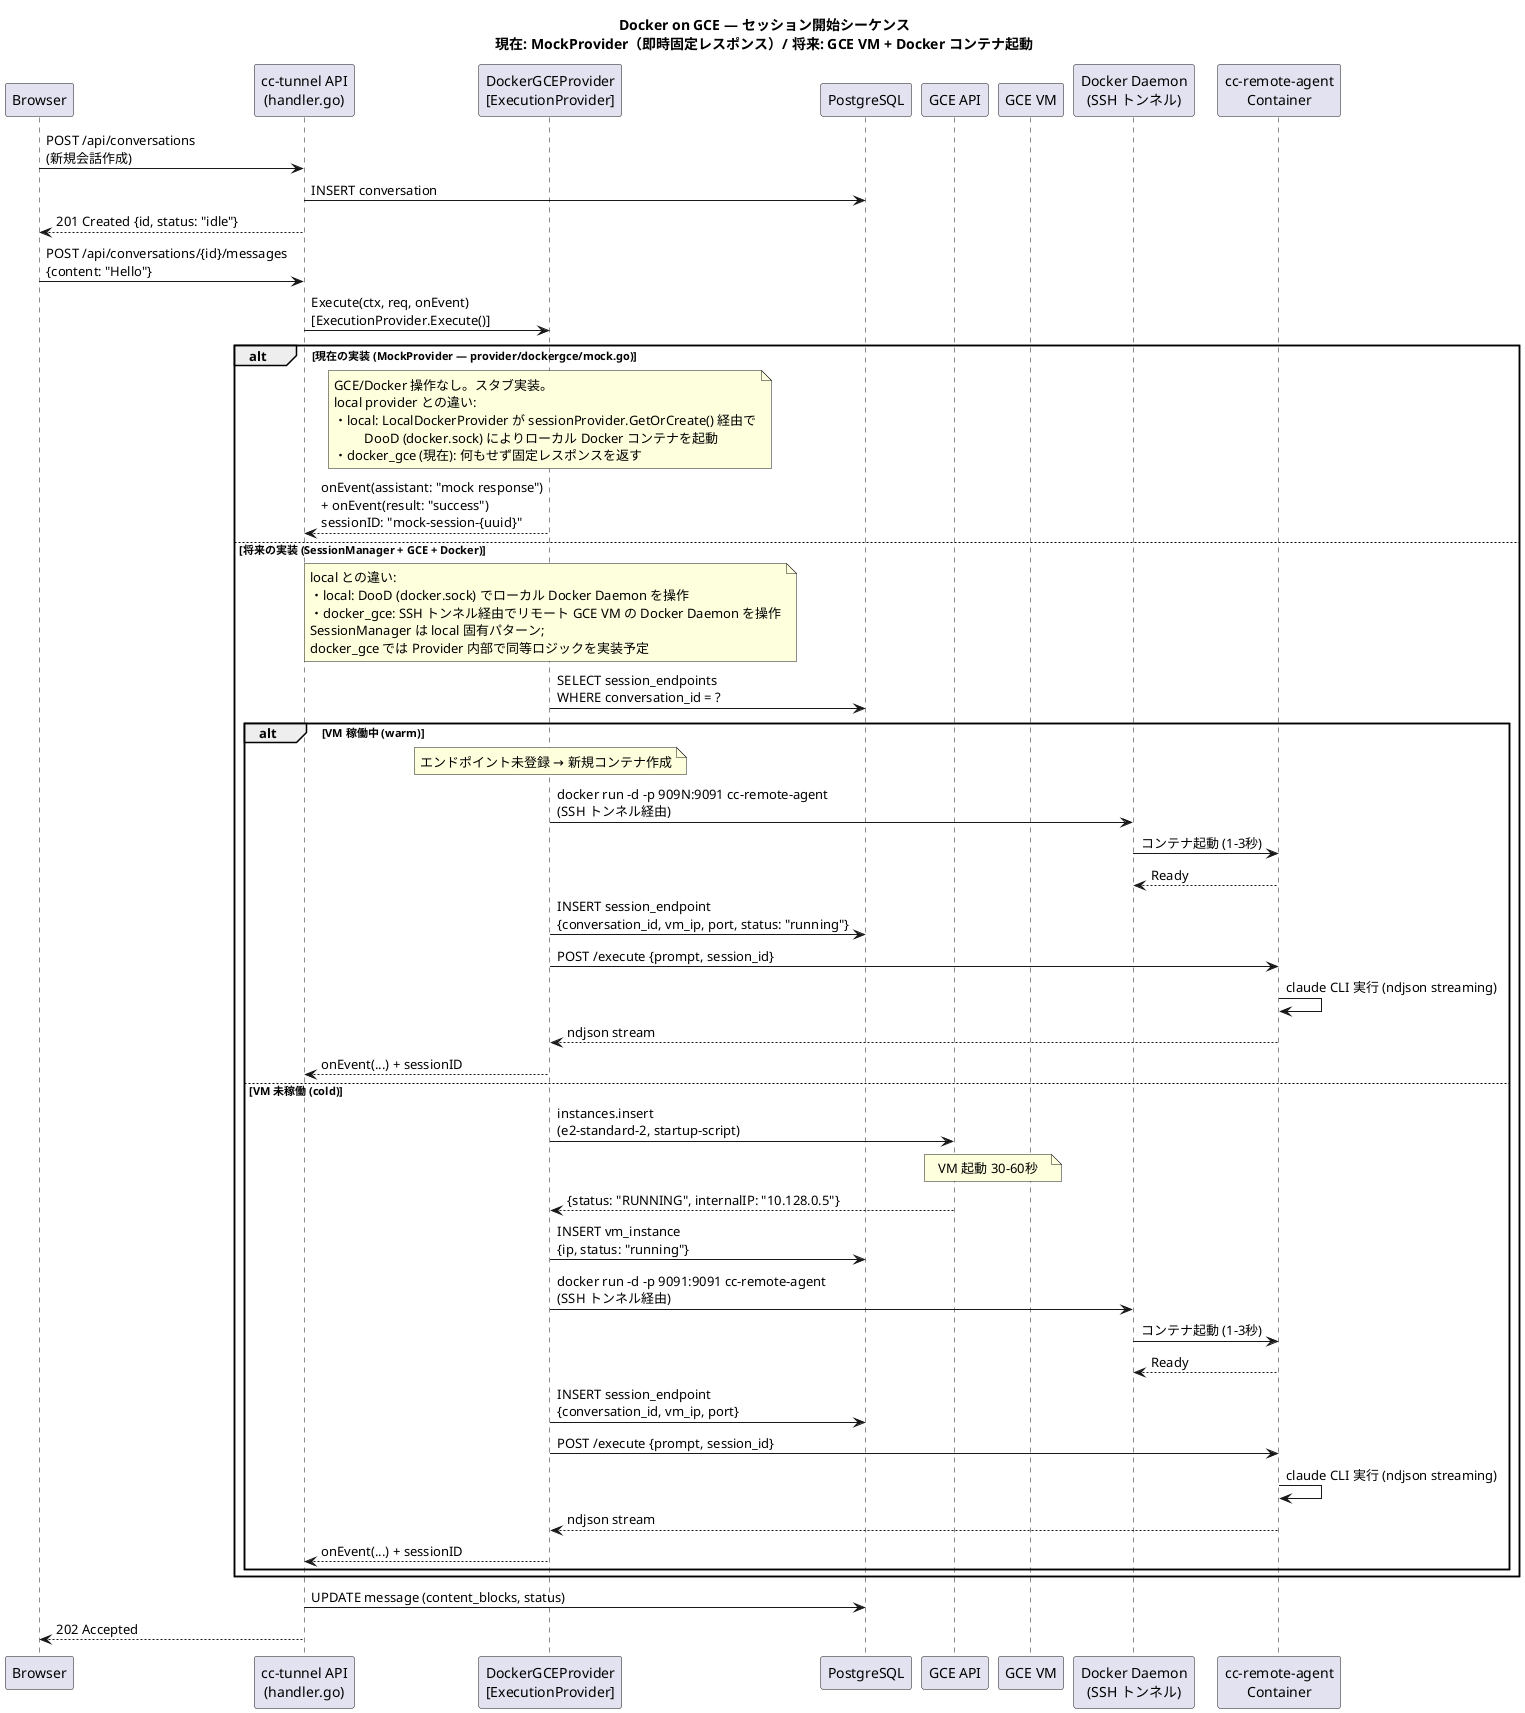
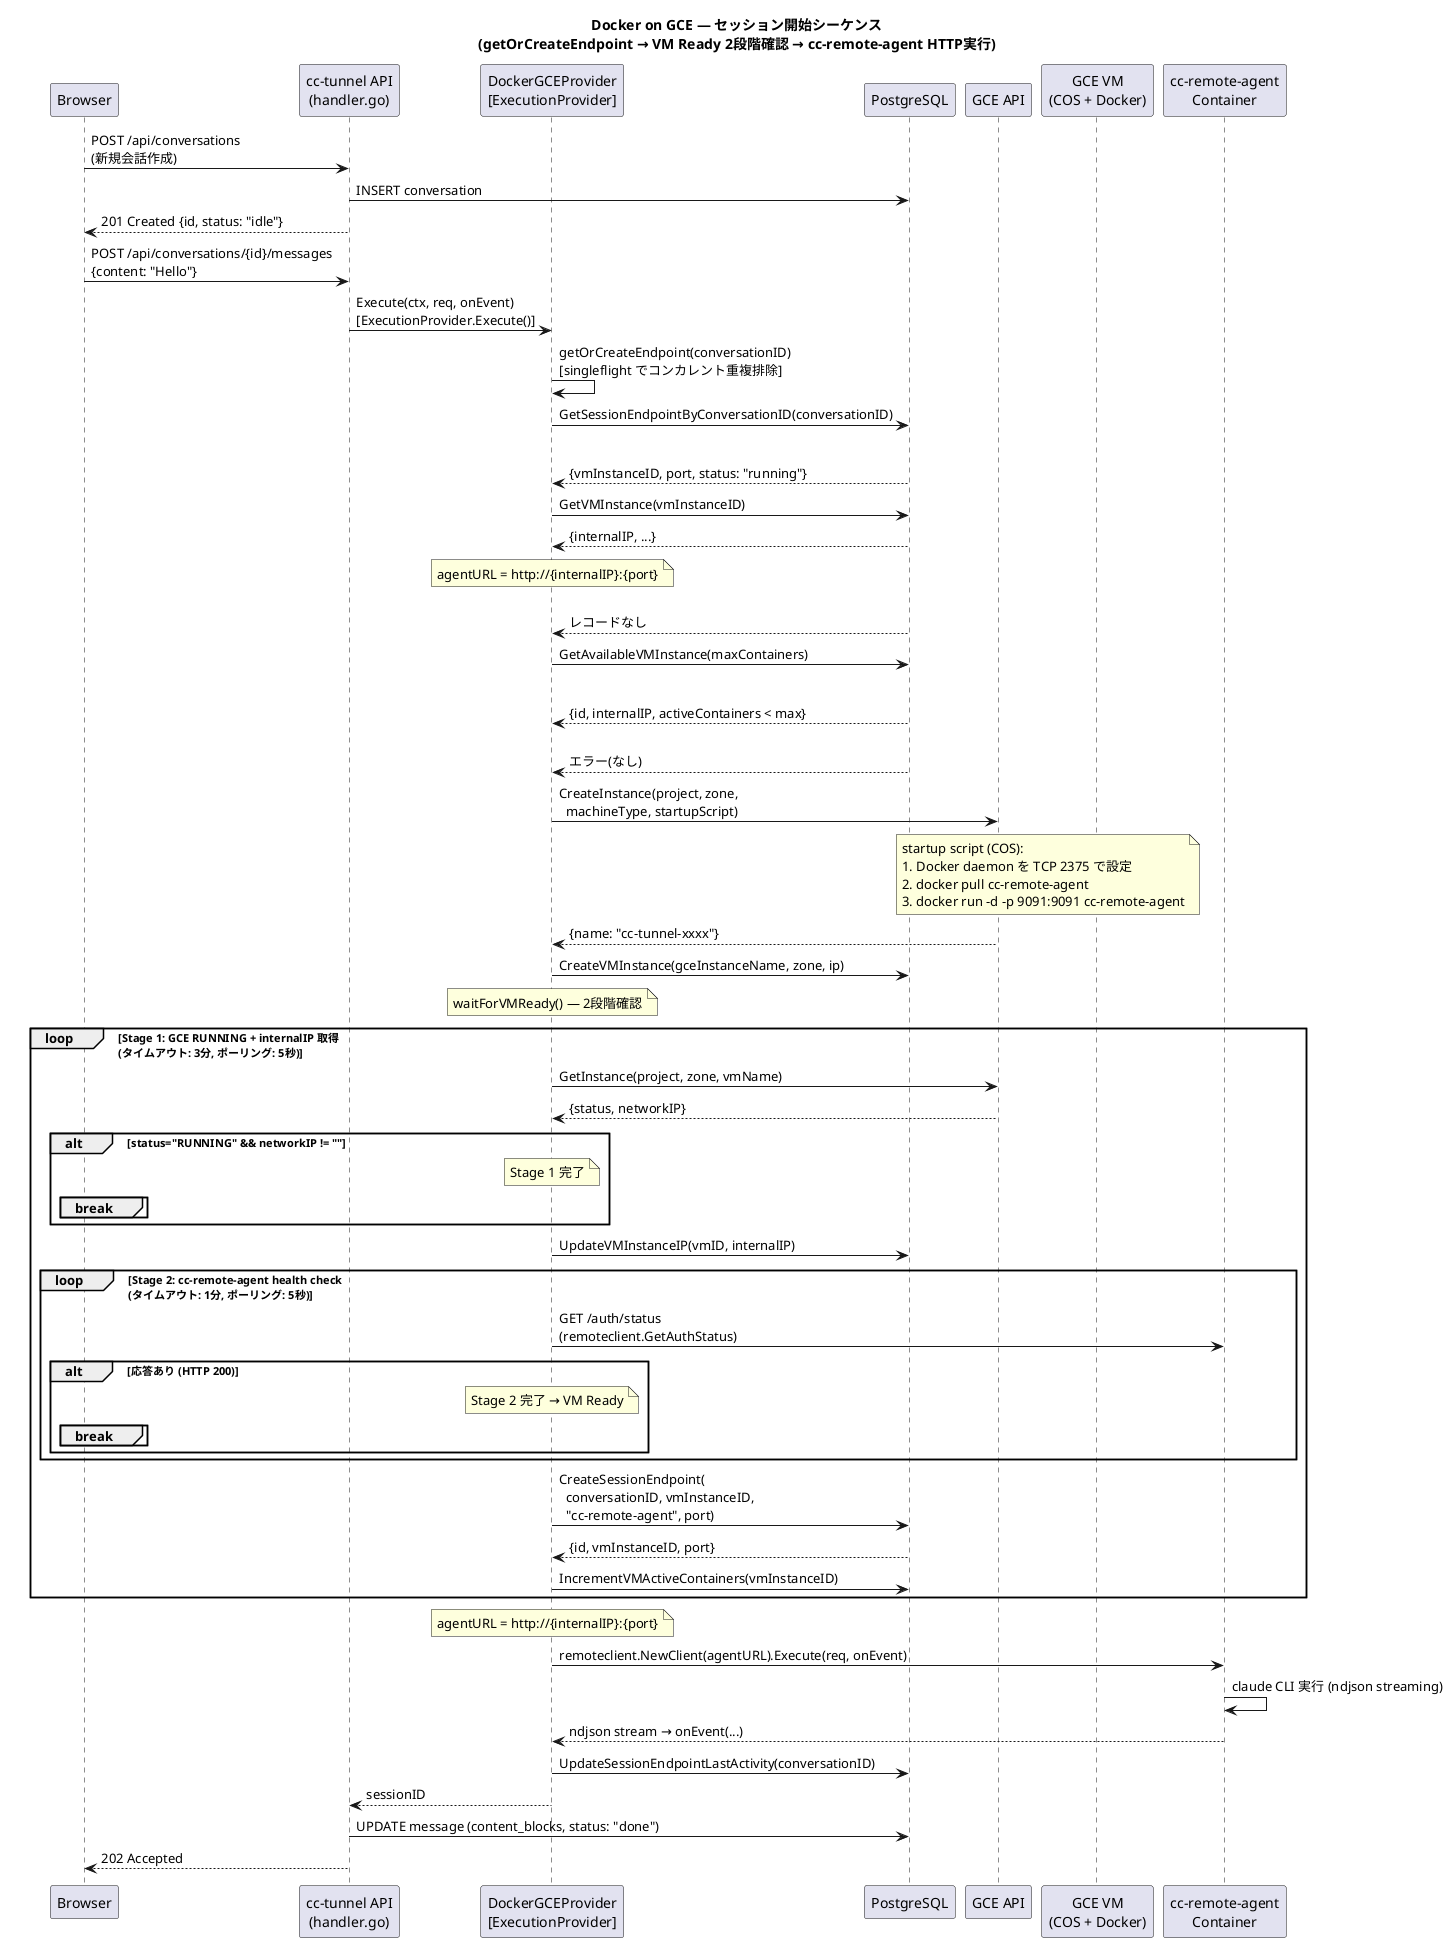
@startuml docker_gce_session_start
- ' DockerGCEProvider 経由のセッション開始シーケンス（現在: MockProvider / 将来: GCE + Docker）
- title Docker on GCE — セッション開始シーケンス\n現在: MockProvider（即時固定レスポンス）/ 将来: GCE VM + Docker コンテナ起動
+ ' DockerGCEProvider 経由のセッション開始シーケンス
+ title Docker on GCE — セッション開始シーケンス\n(getOrCreateEndpoint → VM Ready 2段階確認 → cc-remote-agent HTTP実行)

participant Browser
participant "cc-tunnel API\n(handler.go)" as CloudRun
participant "DockerGCEProvider\n[ExecutionProvider]" as Provider
participant PostgreSQL as DB
participant "GCE API" as GCEAPI
- participant "GCE VM" as VM
- participant "Docker Daemon\n(SSH トンネル)" as Docker
+ participant "GCE VM\n(COS + Docker)" as VM
participant "cc-remote-agent\nContainer" as Container

Browser -> CloudRun: POST /api/conversations\n(新規会話作成)
CloudRun -> DB: INSERT conversation
CloudRun --> Browser: 201 Created {id, status: "idle"}

Browser -> CloudRun: POST /api/conversations/{id}/messages\n{content: "Hello"}

CloudRun -> Provider: Execute(ctx, req, onEvent)\n[ExecutionProvider.Execute()]

- alt 現在の実装 (MockProvider — provider/dockergce/mock.go)
-   note over Provider
-     GCE/Docker 操作なし。スタブ実装。
-     local provider との違い:
-     ・local: LocalDockerProvider が sessionProvider.GetOrCreate() 経由で
-              DooD (docker.sock) によりローカル Docker コンテナを起動
-     ・docker_gce (現在): 何もせず固定レスポンスを返す
-   end note
-   Provider --> CloudRun: onEvent(assistant: "mock response")\n+ onEvent(result: "success")\nsessionID: "mock-session-{uuid}"
+ Provider -> Provider: getOrCreateEndpoint(conversationID)\n[singleflight でコンカレント重複排除]

- else 将来の実装 (SessionManager + GCE + Docker)
-   note over Provider
-     local との違い:
-     ・local: DooD (docker.sock) でローカル Docker Daemon を操作
-     ・docker_gce: SSH トンネル経由でリモート GCE VM の Docker Daemon を操作
-     SessionManager は local 固有パターン;
-     docker_gce では Provider 内部で同等ロジックを実装予定
-   end note
-   Provider -> DB: SELECT session_endpoints\nWHERE conversation_id = ?
+ Provider -> DB: GetSessionEndpointByConversationID(conversationID)

-   alt VM 稼働中 (warm)
-     note over Provider: エンドポイント未登録 → 新規コンテナ作成
-     Provider -> Docker: docker run -d -p 909N:9091 cc-remote-agent\n(SSH トンネル経由)
-     Docker -> Container: コンテナ起動 (1-3秒)
-     Container --> Docker: Ready
-     Provider -> DB: INSERT session_endpoint\n{conversation_id, vm_ip, port, status: "running"}
-     Provider -> Container: POST /execute {prompt, session_id}
-     Container -> Container: claude CLI 実行 (ndjson streaming)
-     Container --> Provider: ndjson stream
-     Provider --> CloudRun: onEvent(...) + sessionID
+ alt エンドポイントあり (warm path)
+   DB --> Provider: {vmInstanceID, port, status: "running"}
+   Provider -> DB: GetVMInstance(vmInstanceID)
+   DB --> Provider: {internalIP, ...}
+   note over Provider: agentURL = http://{internalIP}:{port}

-   else VM 未稼働 (cold)
-     Provider -> GCEAPI: instances.insert\n(e2-standard-2, startup-script)
-     note over GCEAPI,VM: VM 起動 30-60秒
-     GCEAPI --> Provider: {status: "RUNNING", internalIP: "10.128.0.5"}
-     Provider -> DB: INSERT vm_instance\n{ip, status: "running"}
-     Provider -> Docker: docker run -d -p 9091:9091 cc-remote-agent\n(SSH トンネル経由)
-     Docker -> Container: コンテナ起動 (1-3秒)
-     Container --> Docker: Ready
-     Provider -> DB: INSERT session_endpoint\n{conversation_id, vm_ip, port}
-     Provider -> Container: POST /execute {prompt, session_id}
-     Container -> Container: claude CLI 実行 (ndjson streaming)
-     Container --> Provider: ndjson stream
-     Provider --> CloudRun: onEvent(...) + sessionID
+ else エンドポイントなし (cold path)
+   DB --> Provider: レコードなし
+ 
+   Provider -> DB: GetAvailableVMInstance(maxContainers)
+ 
+   alt 利用可能 VM あり (warm VM)
+     DB --> Provider: {id, internalIP, activeContainers < max}
+ 
+   else VM なし → 新規 VM 作成
+     DB --> Provider: エラー(なし)
+     Provider -> GCEAPI: CreateInstance(project, zone,\n  machineType, startupScript)
+     note over GCEAPI,VM
+       startup script (COS):
+       1. Docker daemon を TCP 2375 で設定
+       2. docker pull cc-remote-agent
+       3. docker run -d -p 9091:9091 cc-remote-agent
+     end note
+     GCEAPI --> Provider: {name: "cc-tunnel-xxxx"}
+     Provider -> DB: CreateVMInstance(gceInstanceName, zone, ip)
+ 
+     note over Provider: waitForVMReady() — 2段階確認
+ 
+     loop Stage 1: GCE RUNNING + internalIP 取得\n(タイムアウト: 3分, ポーリング: 5秒)
+       Provider -> GCEAPI: GetInstance(project, zone, vmName)
+       GCEAPI --> Provider: {status, networkIP}
+       alt status="RUNNING" && networkIP != ""
+         note over Provider: Stage 1 完了
+         break
+       end
+     end
+ 
+     Provider -> DB: UpdateVMInstanceIP(vmID, internalIP)
+ 
+     loop Stage 2: cc-remote-agent health check\n(タイムアウト: 1分, ポーリング: 5秒)
+       Provider -> Container: GET /auth/status\n(remoteclient.GetAuthStatus)
+       alt 応答あり (HTTP 200)
+         note over Provider: Stage 2 完了 → VM Ready
+         break
+       end
+     end
  end
+ 
+   Provider -> DB: CreateSessionEndpoint(\n  conversationID, vmInstanceID,\n  "cc-remote-agent", port)
+   DB --> Provider: {id, vmInstanceID, port}
+   Provider -> DB: IncrementVMActiveContainers(vmInstanceID)
end

- CloudRun -> DB: UPDATE message (content_blocks, status)
+ note over Provider: agentURL = http://{internalIP}:{port}
+ Provider -> Container: remoteclient.NewClient(agentURL).Execute(req, onEvent)
+ Container -> Container: claude CLI 実行 (ndjson streaming)
+ Container --> Provider: ndjson stream → onEvent(...)
+ 
+ Provider -> DB: UpdateSessionEndpointLastActivity(conversationID)
+ Provider --> CloudRun: sessionID
+ 
+ CloudRun -> DB: UPDATE message (content_blocks, status: "done")
CloudRun --> Browser: 202 Accepted

@enduml
